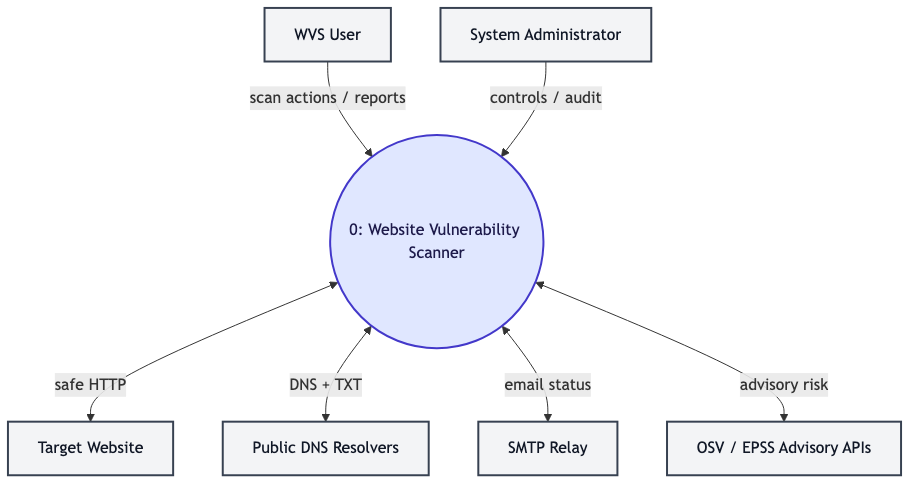
Above: docs/mermaid/png/level-0.png in ksacheth/software-engineering (Mermaid), before the change. Its source is kept beside it as docs/mermaid/level-0.mmd.
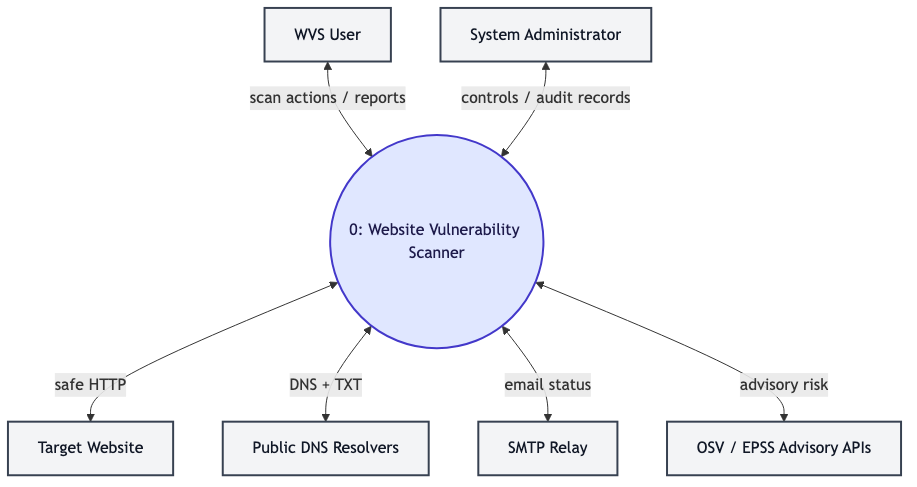
Above is the later version.

Diff of the diagram source:
```diff
@@ -8,8 +8,8 @@
     SMTP["SMTP Relay"]
     OSV["OSV / EPSS Advisory APIs"]
 
-    User -->|"scan actions / reports"| P0
-    Admin -->|"controls / audit"| P0
+    User <-->|"scan actions / reports"| P0
+    Admin <-->|"controls / audit records"| P0
     P0 <-->|"safe HTTP"| Target
     P0 <-->|"DNS + TXT"| DNS
     P0 <-->|"email status"| SMTP
```
